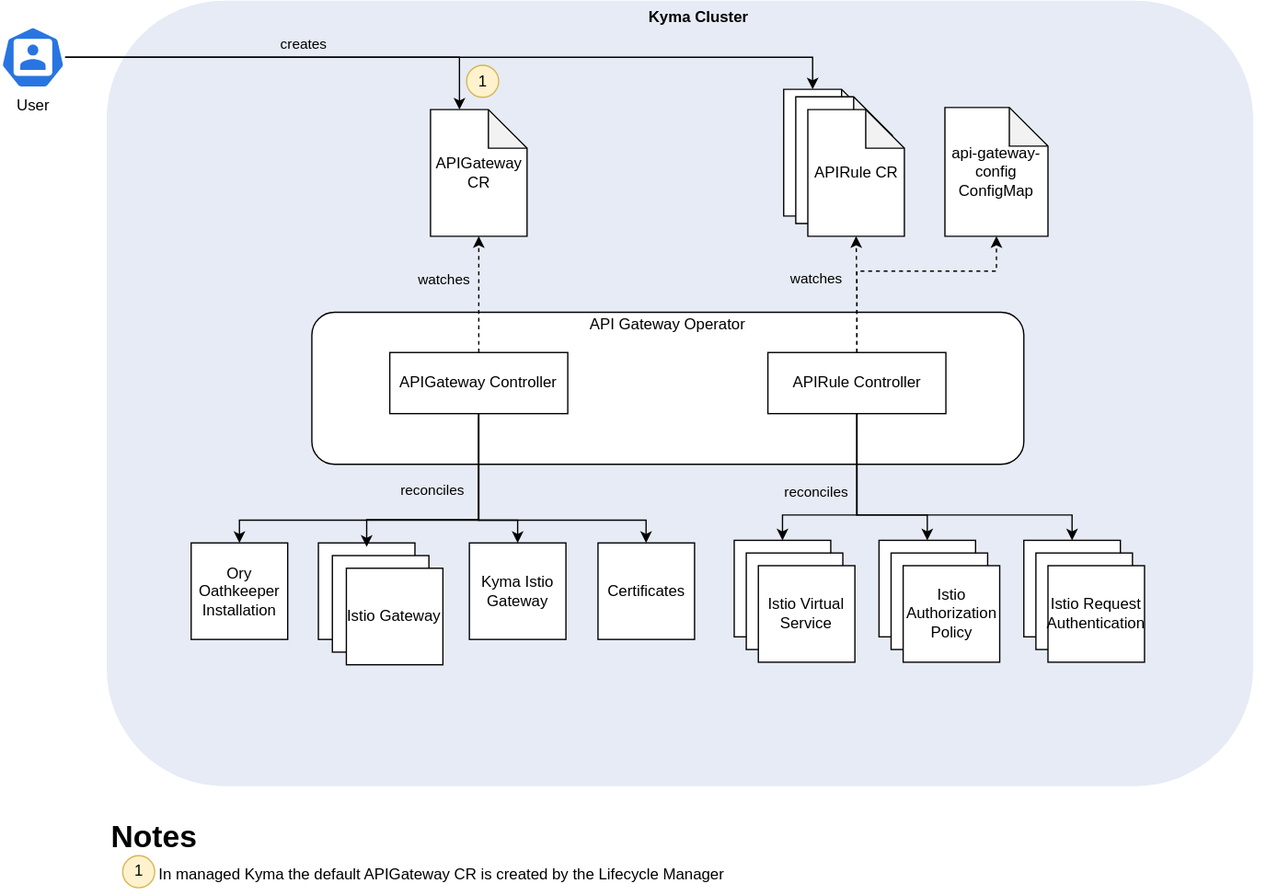
The draw.io diagram docs/assets/operator-overview.svg in kyma-project/api-gateway, before a commit. Source tidied: cells renumbered, new cells last; positions are measured from the earlier drawing's top-left corner, leaving out a move shared by most shapes.
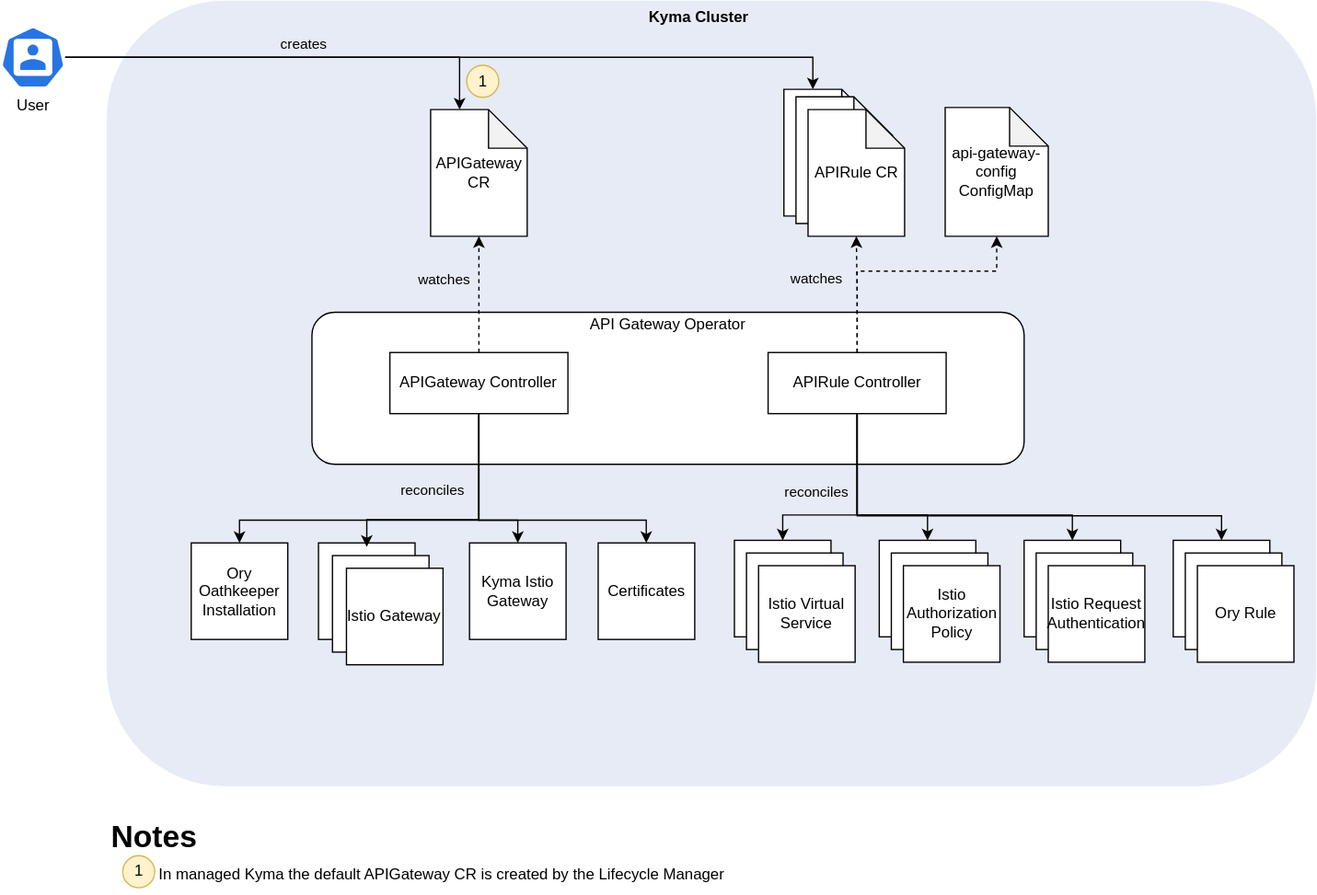
Later version of the same file.

Commit message:
Add APIRule reconciliation sequence diagram

Change to the diagram source:
```diff
@@ -3,10 +3,10 @@
     <mxCell id="0" />
     <mxCell id="1" parent="0" />
     <mxCell id="2" style="group;fillColor=none;" parent="1" vertex="1">
-      <mxGeometry x="101" width="890" height="610" as="geometry" />
+      <mxGeometry x="101" width="920" height="610" as="geometry" />
     </mxCell>
     <mxCell id="3" style="rounded=1;whiteSpace=wrap;html=1;strokeColor=none;fillColor=#E6EBF5;fillStyle=auto;" parent="2" vertex="1">
-      <mxGeometry x="-18.7" width="890" height="610" as="geometry" />
+      <mxGeometry x="-18.7" width="938.7" height="610" as="geometry" />
     </mxCell>
     <mxCell id="4" value="Kyma Cluster" style="text;html=1;strokeColor=none;fillColor=none;align=center;verticalAlign=middle;whiteSpace=wrap;rounded=0;fontStyle=1;" parent="2" vertex="1">
       <mxGeometry x="106.1" y="3.9" width="669.5" height="17.8" as="geometry" />
@@ -181,6 +181,23 @@
         </Array>
       </mxGeometry>
     </mxCell>
+    <mxCell id="54" style="whiteSpace=wrap;html=1;fillColor=default;gradientColor=none;" parent="2" vertex="1">
+      <mxGeometry x="809" y="419.1" width="74.9" height="74.9" as="geometry" />
+    </mxCell>
+    <mxCell id="55" style="whiteSpace=wrap;html=1;fillColor=default;gradientColor=none;" parent="2" vertex="1">
+      <mxGeometry x="818.4" y="428.9" width="74.9" height="74.9" as="geometry" />
+    </mxCell>
+    <mxCell id="56" value="Ory Rule" style="whiteSpace=wrap;html=1;fillColor=default;gradientColor=none;" parent="2" vertex="1">
+      <mxGeometry x="827.7" y="438.8" width="74.9" height="74.9" as="geometry" />
+    </mxCell>
+    <mxCell id="57" style="edgeStyle=orthogonalEdgeStyle;rounded=0;jettySize=auto;html=1;entryX=0.5;entryY=0;entryDx=0;entryDy=0;" parent="2" edge="1" source="16" target="54">
+      <mxGeometry relative="1" as="geometry">
+        <Array as="points">
+          <mxPoint x="564" y="400" />
+          <mxPoint x="847" y="400" />
+        </Array>
+      </mxGeometry>
+    </mxCell>
     <mxCell id="45" style="edgeStyle=orthogonalEdgeStyle;rounded=0;jettySize=auto;html=1;entryX=0;entryY=0;entryDx=22.473684210526322;entryDy=0;entryPerimeter=0;" parent="1" edge="1" source="48" target="11">
       <mxGeometry relative="1" as="geometry" />
     </mxCell>
```
